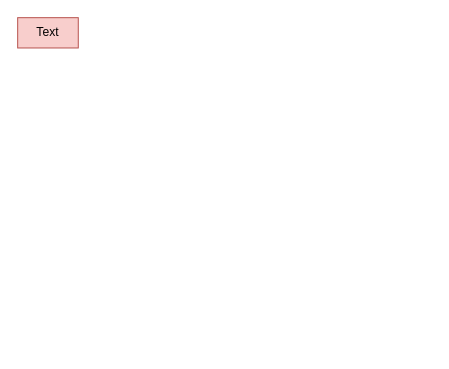
This is Diagrams/mindmap.drawio from johanbergfalk/DAT055_circles, a draw.io file, before an edit. Source tidied: cells renumbered, new cells numbered last; positions are measured from the earlier drawing's top-left corner, leaving out a move shared by most shapes. Both pictures are drawn from the tidied source at 101%, with x=0, y=0 at pixel (17, 17).
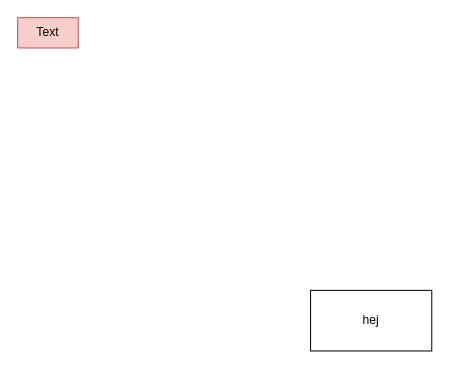
After the change.

The edit, as a diff of the source:
```diff
@@
 <mxGraphModel>
   <root>
     <mxCell id="0" />
     <mxCell id="1" parent="0" />
     <mxCell id="2" value="Text" style="text;html=1;strokeColor=#b85450;fillColor=#f8cecc;align=center;verticalAlign=middle;whiteSpace=wrap;rounded=0;" parent="1" vertex="1">
       <mxGeometry width="60" height="30" as="geometry" />
     </mxCell>
+    <mxCell id="3" value="hej" style="rounded=0;whiteSpace=wrap;html=1;" parent="1" vertex="1">
+      <mxGeometry x="290" y="270" width="120" height="60" as="geometry" />
+    </mxCell>
   </root>
 </mxGraphModel>
```
